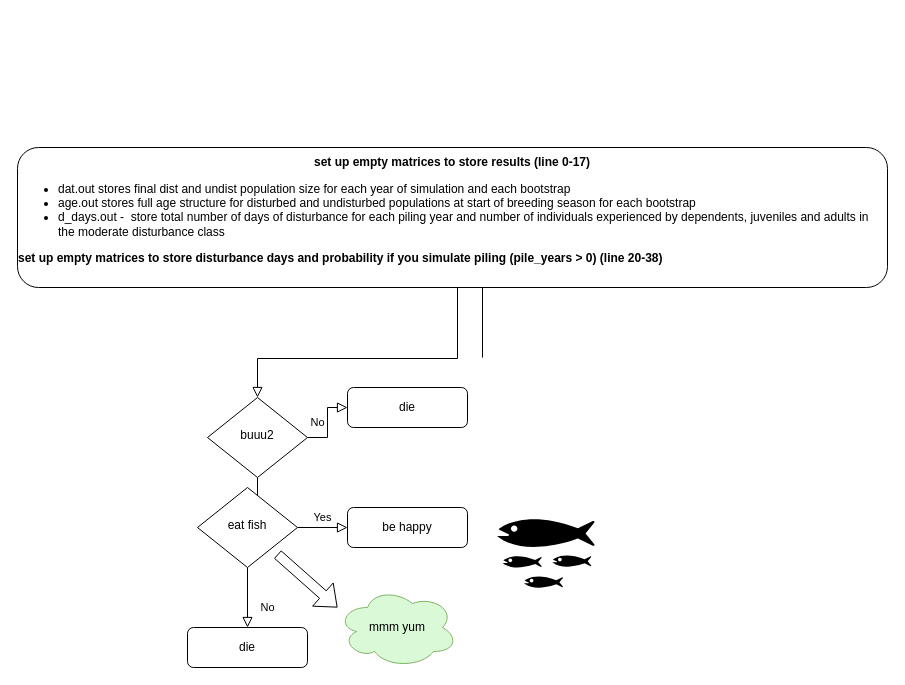
This is iPCoD flowchart.drawio from SMRU-Consulting-Github/LearningiPCoD, a draw.io file, before an edit. Source tidied: cells renumbered, new cells numbered last; positions are measured from the earlier drawing's top-left corner, leaving out a move shared by most shapes. Both pictures are drawn from the tidied source at 100%, with x=0, y=0 at pixel (17, 147).
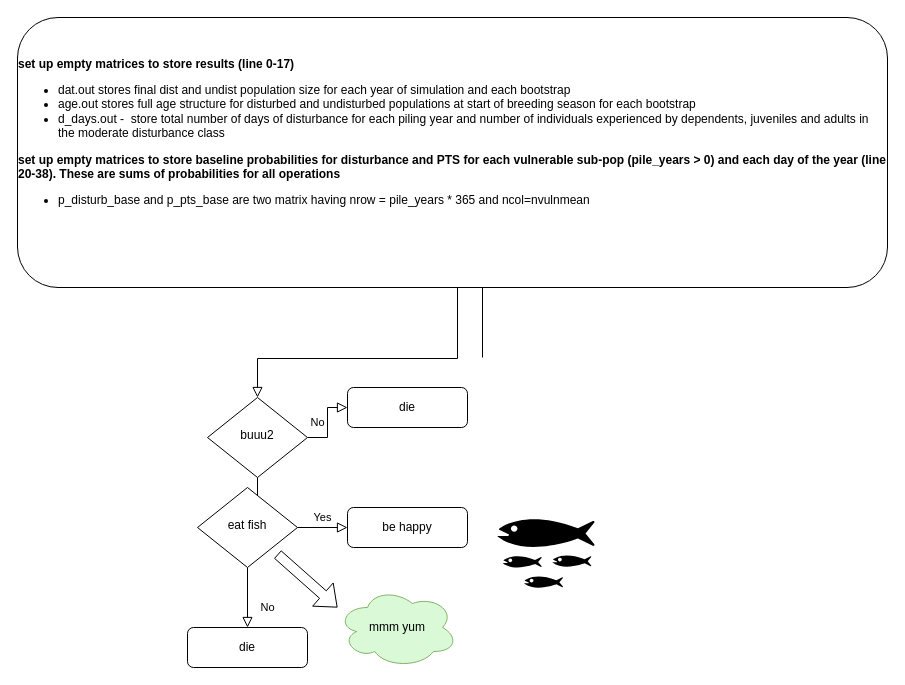
After the change.

Change to the diagram source:
```diff
@@
 <mxGraphModel>
   <root>
     <mxCell id="0" />
     <mxCell id="1" parent="0" />
     <mxCell id="2" style="rounded=0;html=1;jettySize=auto;fontSize=11;endArrow=block;endFill=0;endSize=8;strokeWidth=1;shadow=0;labelBackgroundColor=none;edgeStyle=orthogonalEdgeStyle;" parent="1" edge="1" target="6">
       <mxGeometry relative="1" as="geometry">
         <mxPoint x="465" y="210" as="sourcePoint" />
         <Array as="points">
           <mxPoint x="465" y="90" />
           <mxPoint x="440" y="90" />
           <mxPoint x="440" y="211" />
           <mxPoint x="240" y="211" />
         </Array>
       </mxGeometry>
     </mxCell>
-    <mxCell id="3" value="&lt;div&gt;&lt;b&gt;set up empty matrices to store results (line 0-17)&lt;/b&gt;&lt;/div&gt;&lt;div align=&quot;left&quot;&gt;&lt;ul&gt;&lt;li&gt;dat.out stores final dist and undist population size for each year of simulation and each bootstrap&lt;/li&gt;&lt;li&gt;age.out stores full age structure for disturbed and undisturbed populations at start of breeding season for each bootstrap&lt;/li&gt;&lt;li&gt;d_days.out -&amp;nbsp; store total number of days of disturbance for each piling year and number of individuals experienced by dependents, juveniles and adults in the moderate disturbance class&lt;/li&gt;&lt;/ul&gt;&lt;div&gt;&lt;b&gt;set up empty matrices to store disturbance days and probability if you simulate piling (pile_years &amp;gt; 0) (line 20-38)&lt;/b&gt;&lt;br&gt;&lt;/div&gt;&lt;/div&gt;&lt;div align=&quot;left&quot;&gt;&lt;br&gt;&lt;/div&gt;" style="rounded=1;whiteSpace=wrap;html=1;fontSize=12;glass=0;strokeWidth=1;shadow=0;" parent="1" vertex="1">
-      <mxGeometry width="870" height="140" as="geometry" />
+    <mxCell id="3" value="&lt;div align=&quot;left&quot;&gt;&lt;b&gt;set up empty matrices to store results (line 0-17)&lt;/b&gt;&lt;/div&gt;&lt;div align=&quot;left&quot;&gt;&lt;ul&gt;&lt;li&gt;dat.out stores final dist and undist population size for each year of simulation and each bootstrap&lt;/li&gt;&lt;li&gt;age.out stores full age structure for disturbed and undisturbed populations at start of breeding season for each bootstrap&lt;/li&gt;&lt;li&gt;d_days.out -&amp;nbsp; store total number of days of disturbance for each piling year and number of individuals experienced by dependents, juveniles and adults in the moderate disturbance class&lt;/li&gt;&lt;/ul&gt;&lt;div&gt;&lt;b&gt;set up empty matrices to store baseline probabilities for disturbance and PTS for each vulnerable sub-pop (pile_years &amp;gt; 0) and each day of the year (line 20-38). These are sums of probabilities for all operations&lt;br&gt;&lt;/b&gt;&lt;/div&gt;&lt;div&gt;&lt;ul&gt;&lt;li&gt;p_disturb_base and p_pts_base are two matrix having nrow = pile_years * 365 and ncol=nvulnmean&lt;br&gt;&lt;/li&gt;&lt;/ul&gt;&lt;/div&gt;&lt;div&gt;&lt;b&gt;&lt;br&gt;&lt;/b&gt;&lt;/div&gt;&lt;/div&gt;&lt;div align=&quot;left&quot;&gt;&lt;br&gt;&lt;/div&gt;" style="rounded=1;whiteSpace=wrap;html=1;fontSize=12;glass=0;strokeWidth=1;shadow=0;" parent="1" vertex="1">
+      <mxGeometry y="-130" width="870" height="270" as="geometry" />
     </mxCell>
     <mxCell id="4" value="Yes" style="rounded=0;html=1;jettySize=auto;fontSize=11;endArrow=block;endFill=0;endSize=8;strokeWidth=1;shadow=0;labelBackgroundColor=none;edgeStyle=orthogonalEdgeStyle;" parent="1" edge="1" source="6" target="10">
       <mxGeometry y="20" relative="1" as="geometry" />
     </mxCell>
     <mxCell id="5" value="No" style="edgeStyle=orthogonalEdgeStyle;rounded=0;html=1;jettySize=auto;fontSize=11;endArrow=block;endFill=0;endSize=8;strokeWidth=1;shadow=0;labelBackgroundColor=none;" parent="1" edge="1" source="6" target="7">
       <mxGeometry y="10" relative="1" as="geometry" />
     </mxCell>
     <mxCell id="6" value="buuu2" style="rhombus;whiteSpace=wrap;html=1;shadow=0;fontFamily=Helvetica;fontSize=12;align=center;strokeWidth=1;spacing=6;spacingTop=-4;" parent="1" vertex="1">
       <mxGeometry x="190" y="250" width="100" height="80" as="geometry" />
     </mxCell>
     <mxCell id="7" value="die" style="rounded=1;whiteSpace=wrap;html=1;fontSize=12;glass=0;strokeWidth=1;shadow=0;" parent="1" vertex="1">
       <mxGeometry x="330" y="240" width="120" height="40" as="geometry" />
     </mxCell>
     <mxCell id="8" value="No" style="rounded=0;html=1;jettySize=auto;fontSize=11;endArrow=block;endFill=0;endSize=8;strokeWidth=1;shadow=0;labelBackgroundColor=none;edgeStyle=orthogonalEdgeStyle;" parent="1" edge="1" source="10" target="11">
       <mxGeometry x="0.33" y="20" relative="1" as="geometry" />
     </mxCell>
     <mxCell id="9" value="Yes" style="edgeStyle=orthogonalEdgeStyle;rounded=0;html=1;jettySize=auto;fontSize=11;endArrow=block;endFill=0;endSize=8;strokeWidth=1;shadow=0;labelBackgroundColor=none;" parent="1" edge="1" source="10" target="12">
       <mxGeometry y="10" relative="1" as="geometry" />
     </mxCell>
     <mxCell id="10" value="eat fish" style="rhombus;whiteSpace=wrap;html=1;shadow=0;fontFamily=Helvetica;fontSize=12;align=center;strokeWidth=1;spacing=6;spacingTop=-4;" parent="1" vertex="1">
       <mxGeometry x="180" y="340" width="100" height="80" as="geometry" />
     </mxCell>
     <mxCell id="11" value="die" style="rounded=1;whiteSpace=wrap;html=1;fontSize=12;glass=0;strokeWidth=1;shadow=0;" parent="1" vertex="1">
       <mxGeometry x="170" y="480" width="120" height="40" as="geometry" />
     </mxCell>
     <mxCell id="12" value="be happy" style="rounded=1;whiteSpace=wrap;html=1;fontSize=12;glass=0;strokeWidth=1;shadow=0;" parent="1" vertex="1">
       <mxGeometry x="330" y="360" width="120" height="40" as="geometry" />
     </mxCell>
     <mxCell id="13" value="mmm yum" style="ellipse;shape=cloud;whiteSpace=wrap;html=1;fillColor=#d9f9d7;strokeColor=#82b366;" parent="1" vertex="1">
       <mxGeometry x="320" y="440" width="120" height="80" as="geometry" />
     </mxCell>
     <mxCell id="14" style="shape=flexArrow;endArrow=classic;html=1;rounded=0;" parent="1" edge="1">
       <mxGeometry relative="1" as="geometry">
         <mxPoint x="260" y="406.8" as="sourcePoint" />
         <mxPoint x="320" y="460" as="targetPoint" />
       </mxGeometry>
     </mxCell>
     <mxCell id="15" style="shape=mxgraph.signs.animals.fish_hatchery;html=1;fillColor=#000000;strokeColor=none;verticalLabelPosition=bottom;verticalAlign=top;align=center;" parent="1" vertex="1">
       <mxGeometry x="480" y="360" width="97" height="85" as="geometry" />
     </mxCell>
   </root>
 </mxGraphModel>
```
